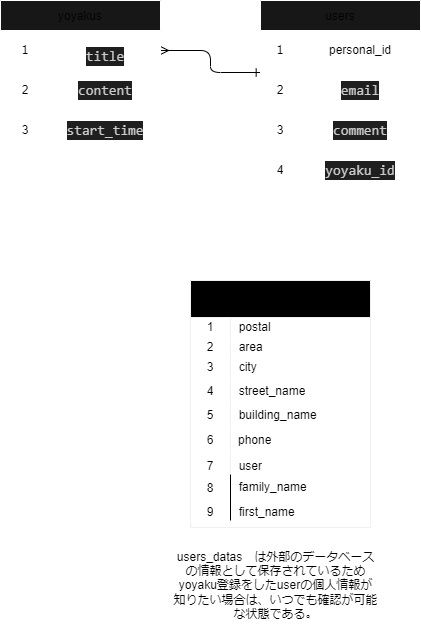
Before: ER_final.png, a diagram exported from draw.io (mori928/calendar_m). Source tidied: cells renumbered, new cells last; positions are measured from the earlier drawing's top-left corner, leaving out a move shared by most shapes. Source of this version:
```xml
<mxGraphModel>
  <root>
    <mxCell id="0" />
    <mxCell id="1" parent="0" />
    <mxCell id="2" style="edgeStyle=orthogonalEdgeStyle;fontSize=12;html=1;endArrow=ERone;startArrow=ERmany;exitX=1;exitY=0.5;exitDx=0;exitDy=0;endFill=0;startFill=0;entryX=-0.002;entryY=0.05;entryDx=0;entryDy=0;entryPerimeter=0;" parent="1" edge="1" source="32" target="45">
      <mxGeometry relative="1" as="geometry" />
    </mxCell>
    <mxCell id="3" value="users_datas" style="shape=table;startSize=37;rowLines=0;fontStyle=1;strokeColor=#F0F0F0;fillColor=#000000;" parent="1" vertex="1">
      <mxGeometry x="190" y="280" width="180" height="247" as="geometry" />
    </mxCell>
    <mxCell id="4" style="shape=tableRow;horizontal=0;startSize=0;swimlaneHead=0;swimlaneBody=0;top=0;left=0;bottom=0;right=0;fillColor=none;" parent="3" vertex="1">
      <mxGeometry y="37" width="180" height="20" as="geometry" />
    </mxCell>
    <mxCell id="5" value="1" style="shape=partialRectangle;html=1;whiteSpace=wrap;fillColor=none;top=0;left=0;bottom=0;right=0;overflow=hidden;" parent="4" vertex="1">
      <mxGeometry width="40" height="20" as="geometry" />
    </mxCell>
    <mxCell id="6" value="&amp;nbsp; postal" style="shape=partialRectangle;html=1;whiteSpace=wrap;fillColor=none;top=0;left=0;bottom=0;right=0;overflow=hidden;align=left;" parent="4" vertex="1">
      <mxGeometry x="40" width="140" height="20" as="geometry" />
    </mxCell>
    <mxCell id="7" style="shape=tableRow;horizontal=0;startSize=0;swimlaneHead=0;swimlaneBody=0;top=0;left=0;bottom=0;right=0;fillColor=none;" parent="3" vertex="1">
      <mxGeometry y="57" width="180" height="20" as="geometry" />
    </mxCell>
    <mxCell id="8" value="2" style="shape=partialRectangle;html=1;whiteSpace=wrap;fillColor=none;top=0;left=0;bottom=0;right=0;overflow=hidden;" parent="7" vertex="1">
      <mxGeometry width="40" height="20" as="geometry" />
    </mxCell>
    <mxCell id="9" value="&amp;nbsp; area" style="shape=partialRectangle;html=1;whiteSpace=wrap;fillColor=none;top=0;left=0;bottom=0;right=0;overflow=hidden;align=left;" parent="7" vertex="1">
      <mxGeometry x="40" width="140" height="20" as="geometry" />
    </mxCell>
    <mxCell id="10" style="shape=tableRow;horizontal=0;startSize=0;swimlaneHead=0;swimlaneBody=0;top=0;left=0;bottom=0;right=0;fillColor=none;" parent="3" vertex="1">
      <mxGeometry y="77" width="180" height="20" as="geometry" />
    </mxCell>
    <mxCell id="11" value="3" style="shape=partialRectangle;html=1;whiteSpace=wrap;fillColor=none;top=0;left=0;bottom=0;right=0;overflow=hidden;" parent="10" vertex="1">
      <mxGeometry width="40" height="20" as="geometry" />
    </mxCell>
    <mxCell id="12" value="&amp;nbsp; city" style="shape=partialRectangle;html=1;whiteSpace=wrap;fillColor=none;top=0;left=0;bottom=0;right=0;overflow=hidden;align=left;" parent="10" vertex="1">
      <mxGeometry x="40" width="140" height="20" as="geometry" />
    </mxCell>
    <mxCell id="13" style="shape=tableRow;horizontal=0;startSize=0;swimlaneHead=0;swimlaneBody=0;top=0;left=0;bottom=0;right=0;fillColor=none;" parent="3" vertex="1">
      <mxGeometry y="97" width="180" height="28" as="geometry" />
    </mxCell>
    <mxCell id="14" value="4" style="shape=partialRectangle;html=1;whiteSpace=wrap;fillColor=none;top=0;left=0;bottom=0;right=0;overflow=hidden;" parent="13" vertex="1">
      <mxGeometry width="40" height="28" as="geometry" />
    </mxCell>
    <mxCell id="15" value="&amp;nbsp; street_name" style="shape=partialRectangle;html=1;whiteSpace=wrap;fillColor=none;top=0;left=0;bottom=0;right=0;overflow=hidden;align=left;" parent="13" vertex="1">
      <mxGeometry x="40" width="140" height="28" as="geometry" />
    </mxCell>
    <mxCell id="16" style="shape=tableRow;horizontal=0;startSize=0;swimlaneHead=0;swimlaneBody=0;top=0;left=0;bottom=0;right=0;fillColor=none;" parent="3" vertex="1">
      <mxGeometry y="125" width="180" height="20" as="geometry" />
    </mxCell>
    <mxCell id="17" value="5" style="shape=partialRectangle;html=1;whiteSpace=wrap;fillColor=none;top=0;left=0;bottom=0;right=0;overflow=hidden;" parent="16" vertex="1">
      <mxGeometry width="40" height="20" as="geometry" />
    </mxCell>
    <mxCell id="18" value="&amp;nbsp; building_name" style="shape=partialRectangle;html=1;whiteSpace=wrap;fillColor=none;top=0;left=0;bottom=0;right=0;overflow=hidden;align=left;" parent="16" vertex="1">
      <mxGeometry x="40" width="140" height="20" as="geometry" />
    </mxCell>
    <mxCell id="19" style="shape=tableRow;horizontal=0;startSize=0;swimlaneHead=0;swimlaneBody=0;top=0;left=0;bottom=0;right=0;fillColor=none;" parent="3" vertex="1">
      <mxGeometry y="145" width="180" height="30" as="geometry" />
    </mxCell>
    <mxCell id="20" value="6" style="shape=partialRectangle;html=1;whiteSpace=wrap;fillColor=none;top=0;left=0;bottom=0;right=0;overflow=hidden;" parent="19" vertex="1">
      <mxGeometry width="40" height="30" as="geometry" />
    </mxCell>
    <mxCell id="21" value="phone" style="shape=partialRectangle;html=1;whiteSpace=wrap;fillColor=none;top=0;left=0;bottom=0;right=0;align=left;spacingLeft=6;overflow=hidden;" parent="19" vertex="1">
      <mxGeometry x="40" width="140" height="30" as="geometry" />
    </mxCell>
    <mxCell id="22" style="shape=tableRow;horizontal=0;startSize=0;swimlaneHead=0;swimlaneBody=0;top=0;left=0;bottom=0;right=0;fillColor=none;" parent="3" vertex="1">
      <mxGeometry y="175" width="180" height="22" as="geometry" />
    </mxCell>
    <mxCell id="23" value="7" style="shape=partialRectangle;html=1;whiteSpace=wrap;fillColor=none;top=0;left=0;bottom=0;right=0;overflow=hidden;" parent="22" vertex="1">
      <mxGeometry width="40" height="22" as="geometry" />
    </mxCell>
    <mxCell id="24" value="&amp;nbsp; user" style="shape=partialRectangle;html=1;whiteSpace=wrap;fillColor=none;top=0;left=0;bottom=0;right=0;overflow=hidden;align=left;" parent="22" vertex="1">
      <mxGeometry x="40" width="140" height="22" as="geometry" />
    </mxCell>
    <mxCell id="25" value="&amp;nbsp; family_name" style="shape=partialRectangle;html=1;whiteSpace=wrap;fillColor=none;top=0;left=0;bottom=0;right=0;overflow=hidden;align=left;" parent="1" vertex="1">
      <mxGeometry x="230" y="477" width="140" height="20" as="geometry" />
    </mxCell>
    <mxCell id="26" value="&amp;nbsp; first_name" style="shape=partialRectangle;html=1;whiteSpace=wrap;fillColor=none;top=0;left=0;bottom=0;right=0;overflow=hidden;align=left;" parent="1" vertex="1">
      <mxGeometry x="230" y="497" width="140" height="30" as="geometry" />
    </mxCell>
    <mxCell id="27" value="8" style="shape=partialRectangle;html=1;whiteSpace=wrap;fillColor=none;top=0;left=0;bottom=0;right=0;overflow=hidden;" parent="1" vertex="1">
      <mxGeometry x="190" y="477" width="40" height="22" as="geometry" />
    </mxCell>
    <mxCell id="28" value="9" style="shape=partialRectangle;html=1;whiteSpace=wrap;fillColor=none;top=0;left=0;bottom=0;right=0;overflow=hidden;" parent="1" vertex="1">
      <mxGeometry x="190" y="501" width="40" height="22" as="geometry" />
    </mxCell>
    <mxCell id="29" style="endArrow=none;html=1;" parent="1" edge="1">
      <mxGeometry relative="1" as="geometry">
        <mxPoint x="230" y="474" as="sourcePoint" />
        <mxPoint x="230" y="520" as="targetPoint" />
      </mxGeometry>
    </mxCell>
    <mxCell id="30" value="users_datas　は外部のデータベース&lt;br&gt;の情報として保存されているため&lt;br&gt;yoyaku登録をしたuserの個人情報が&lt;br&gt;知りたい場合は、いつでも確認が可能&lt;br&gt;な状態である。" style="text;html=1;align=center;verticalAlign=middle;strokeColor=none;fillColor=none;" parent="1" vertex="1">
      <mxGeometry x="160" y="540" width="230" height="90" as="geometry" />
    </mxCell>
    <mxCell id="31" value="yoyakus" style="shape=table;startSize=30;fillColor=#171717;strokeColor=#FFFFFF;" parent="1" vertex="1">
      <mxGeometry width="160" height="150" as="geometry" />
    </mxCell>
    <mxCell id="32" style="shape=tableRow;horizontal=0;startSize=0;swimlaneHead=0;swimlaneBody=0;top=0;left=0;bottom=0;right=0;fillColor=none;points=[[0,0.5],[1,0.5]];portConstraint=eastwest;" parent="31" vertex="1">
      <mxGeometry y="30" width="160" height="40" as="geometry" />
    </mxCell>
    <mxCell id="33" value="１" style="shape=partialRectangle;html=1;whiteSpace=wrap;overflow=hidden;fillColor=none;top=0;left=0;bottom=0;right=0;" parent="32" vertex="1">
      <mxGeometry width="50" height="40" as="geometry" />
    </mxCell>
    <mxCell id="34" value="&#10;&lt;div style=&quot;color: rgb(204, 204, 204); background-color: rgb(31, 31, 31); font-family: Consolas, &amp;quot;Courier New&amp;quot;, monospace; font-weight: normal; font-size: 14px; line-height: 19px;&quot;&gt;&lt;div&gt;&lt;span style=&quot;color: #cccccc;&quot;&gt;title&lt;/span&gt;&lt;/div&gt;&lt;/div&gt;&#10;&#10;" style="shape=partialRectangle;html=1;whiteSpace=wrap;overflow=hidden;fillColor=none;top=0;left=0;bottom=0;right=0;" parent="32" vertex="1">
      <mxGeometry x="50" width="110" height="40" as="geometry" />
    </mxCell>
    <mxCell id="35" style="shape=tableRow;horizontal=0;startSize=0;swimlaneHead=0;swimlaneBody=0;top=0;left=0;bottom=0;right=0;fillColor=none;" parent="31" vertex="1">
      <mxGeometry y="70" width="160" height="40" as="geometry" />
    </mxCell>
    <mxCell id="36" value="2" style="shape=partialRectangle;html=1;whiteSpace=wrap;overflow=hidden;fillColor=none;top=0;left=0;bottom=0;right=0;" parent="35" vertex="1">
      <mxGeometry width="50" height="40" as="geometry" />
    </mxCell>
    <mxCell id="37" value="&lt;div style=&quot;color: rgb(204, 204, 204); background-color: rgb(31, 31, 31); font-family: Consolas, &amp;quot;Courier New&amp;quot;, monospace; font-size: 14px; line-height: 19px;&quot;&gt;content&lt;/div&gt;" style="shape=partialRectangle;html=1;whiteSpace=wrap;overflow=hidden;fillColor=none;top=0;left=0;bottom=0;right=0;" parent="35" vertex="1">
      <mxGeometry x="50" width="110" height="40" as="geometry" />
    </mxCell>
    <mxCell id="38" style="shape=tableRow;horizontal=0;startSize=0;swimlaneHead=0;swimlaneBody=0;top=0;left=0;bottom=0;right=0;fillColor=none;" parent="31" vertex="1">
      <mxGeometry y="110" width="160" height="40" as="geometry" />
    </mxCell>
    <mxCell id="39" value="3" style="shape=partialRectangle;html=1;whiteSpace=wrap;overflow=hidden;fillColor=none;top=0;left=0;bottom=0;right=0;" parent="38" vertex="1">
      <mxGeometry width="50" height="40" as="geometry" />
    </mxCell>
    <mxCell id="40" value="&lt;div style=&quot;color: rgb(204, 204, 204); background-color: rgb(31, 31, 31); font-family: Consolas, &amp;quot;Courier New&amp;quot;, monospace; font-size: 14px; line-height: 19px;&quot;&gt;start_time&lt;/div&gt;" style="shape=partialRectangle;html=1;whiteSpace=wrap;overflow=hidden;fillColor=none;top=0;left=0;bottom=0;right=0;" parent="38" vertex="1">
      <mxGeometry x="50" width="110" height="40" as="geometry" />
    </mxCell>
    <mxCell id="41" value="users" style="shape=table;startSize=30;fillColor=#171717;strokeColor=#FFFFFF;" parent="1" vertex="1">
      <mxGeometry x="260" width="160" height="190" as="geometry" />
    </mxCell>
    <mxCell id="42" style="shape=tableRow;horizontal=0;startSize=0;swimlaneHead=0;swimlaneBody=0;top=0;left=0;bottom=0;right=0;fillColor=none;" parent="41" vertex="1">
      <mxGeometry y="30" width="160" height="40" as="geometry" />
    </mxCell>
    <mxCell id="43" value="１" style="shape=partialRectangle;html=1;whiteSpace=wrap;overflow=hidden;fillColor=none;top=0;left=0;bottom=0;right=0;" parent="42" vertex="1">
      <mxGeometry width="40" height="40" as="geometry" />
    </mxCell>
    <mxCell id="44" value="personal_id" style="shape=partialRectangle;html=1;whiteSpace=wrap;overflow=hidden;fillColor=none;top=0;left=0;bottom=0;right=0;" parent="42" vertex="1">
      <mxGeometry x="40" width="120" height="40" as="geometry" />
    </mxCell>
    <mxCell id="45" style="shape=tableRow;horizontal=0;startSize=0;swimlaneHead=0;swimlaneBody=0;top=0;left=0;bottom=0;right=0;fillColor=none;points=[[0,0.5],[1,0.5]];portConstraint=eastwest;" parent="41" vertex="1">
      <mxGeometry y="70" width="160" height="40" as="geometry" />
    </mxCell>
    <mxCell id="46" value="2" style="shape=partialRectangle;html=1;whiteSpace=wrap;overflow=hidden;fillColor=none;top=0;left=0;bottom=0;right=0;" parent="45" vertex="1">
      <mxGeometry width="40" height="40" as="geometry" />
    </mxCell>
    <mxCell id="47" value="&lt;div style=&quot;color: rgb(204, 204, 204); background-color: rgb(31, 31, 31); font-family: Consolas, &amp;quot;Courier New&amp;quot;, monospace; font-size: 14px; line-height: 19px;&quot;&gt;email&lt;/div&gt;" style="shape=partialRectangle;html=1;whiteSpace=wrap;overflow=hidden;fillColor=none;top=0;left=0;bottom=0;right=0;" parent="45" vertex="1">
      <mxGeometry x="40" width="120" height="40" as="geometry" />
    </mxCell>
    <mxCell id="48" style="shape=tableRow;horizontal=0;startSize=0;swimlaneHead=0;swimlaneBody=0;top=0;left=0;bottom=0;right=0;fillColor=none;" parent="41" vertex="1">
      <mxGeometry y="110" width="160" height="40" as="geometry" />
    </mxCell>
    <mxCell id="49" value="3" style="shape=partialRectangle;html=1;whiteSpace=wrap;overflow=hidden;fillColor=none;top=0;left=0;bottom=0;right=0;" parent="48" vertex="1">
      <mxGeometry width="40" height="40" as="geometry" />
    </mxCell>
    <mxCell id="50" value="&lt;div style=&quot;color: rgb(204, 204, 204); background-color: rgb(31, 31, 31); font-family: Consolas, &amp;quot;Courier New&amp;quot;, monospace; font-size: 14px; line-height: 19px;&quot;&gt;comment&lt;/div&gt;" style="shape=partialRectangle;html=1;whiteSpace=wrap;overflow=hidden;fillColor=none;top=0;left=0;bottom=0;right=0;" parent="48" vertex="1">
      <mxGeometry x="40" width="120" height="40" as="geometry" />
    </mxCell>
    <mxCell id="51" style="shape=tableRow;horizontal=0;startSize=0;swimlaneHead=0;swimlaneBody=0;top=0;left=0;bottom=0;right=0;fillColor=none;" parent="41" vertex="1">
      <mxGeometry y="150" width="160" height="40" as="geometry" />
    </mxCell>
    <mxCell id="52" value="4" style="shape=partialRectangle;html=1;whiteSpace=wrap;overflow=hidden;fillColor=none;top=0;left=0;bottom=0;right=0;" parent="51" vertex="1">
      <mxGeometry width="40" height="40" as="geometry" />
    </mxCell>
    <mxCell id="53" value="&lt;div style=&quot;color: rgb(204, 204, 204); background-color: rgb(31, 31, 31); font-family: Consolas, &amp;quot;Courier New&amp;quot;, monospace; font-size: 14px; line-height: 19px;&quot;&gt;yoyaku_id&lt;/div&gt;" style="shape=partialRectangle;html=1;whiteSpace=wrap;overflow=hidden;fillColor=none;top=0;left=0;bottom=0;right=0;" parent="51" vertex="1">
      <mxGeometry x="40" width="120" height="40" as="geometry" />
    </mxCell>
  </root>
</mxGraphModel>
```
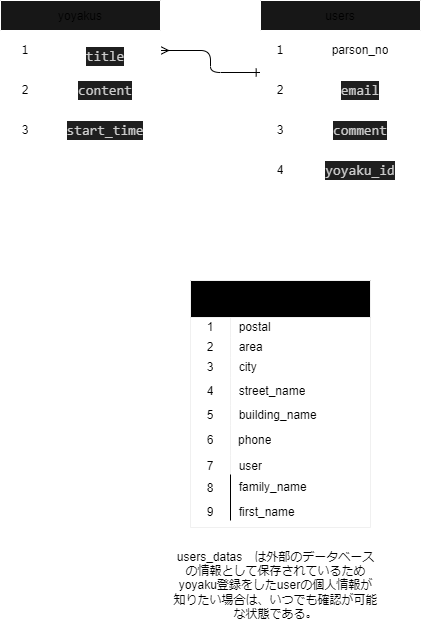
Later version of the same file.

The edit, as a diff of the source:
```diff
@@ -131,7 +131,7 @@
     <mxCell id="43" value="１" style="shape=partialRectangle;html=1;whiteSpace=wrap;overflow=hidden;fillColor=none;top=0;left=0;bottom=0;right=0;" parent="42" vertex="1">
       <mxGeometry width="40" height="40" as="geometry" />
     </mxCell>
-    <mxCell id="44" value="personal_id" style="shape=partialRectangle;html=1;whiteSpace=wrap;overflow=hidden;fillColor=none;top=0;left=0;bottom=0;right=0;" parent="42" vertex="1">
+    <mxCell id="44" value="parson_no" style="shape=partialRectangle;html=1;whiteSpace=wrap;overflow=hidden;fillColor=none;top=0;left=0;bottom=0;right=0;" parent="42" vertex="1">
       <mxGeometry x="40" width="120" height="40" as="geometry" />
     </mxCell>
     <mxCell id="45" style="shape=tableRow;horizontal=0;startSize=0;swimlaneHead=0;swimlaneBody=0;top=0;left=0;bottom=0;right=0;fillColor=none;points=[[0,0.5],[1,0.5]];portConstraint=eastwest;" parent="41" vertex="1">
```
